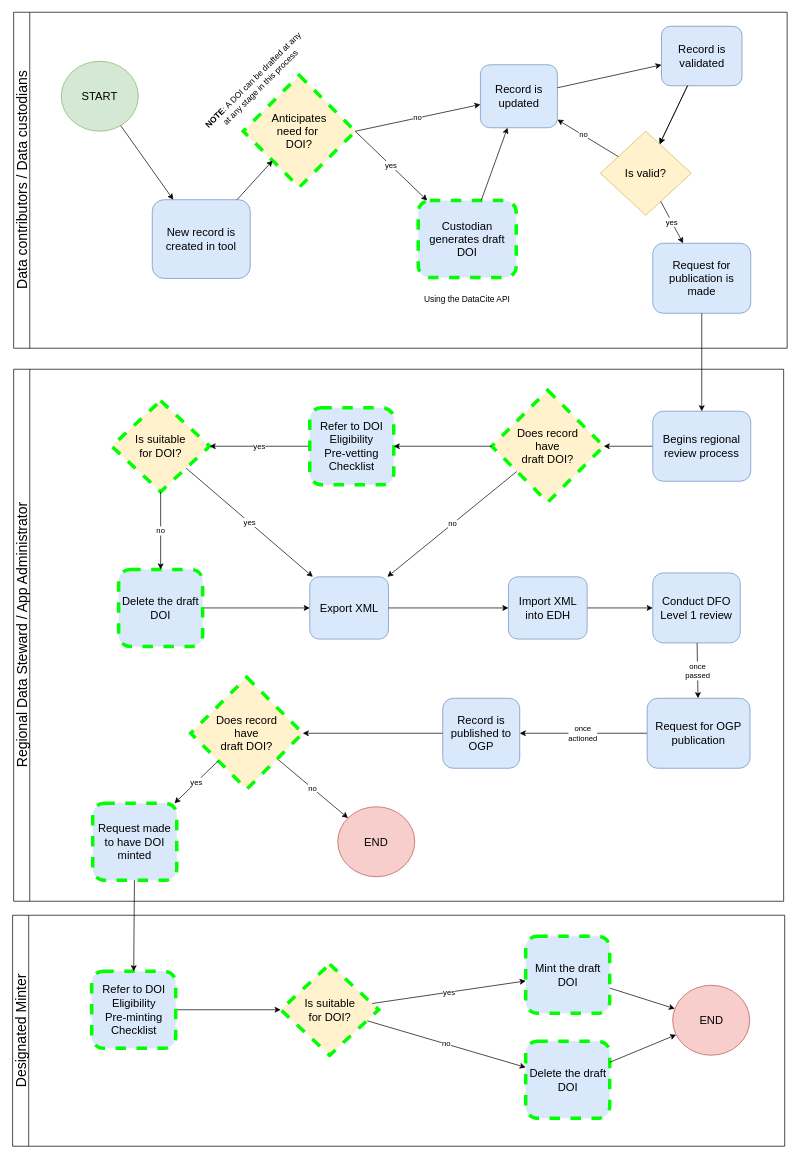
davjfish/diagrams keeps this draw.io diagram as page "Proposed" (3 of 3) of DOIs at DFO.drawio. Above is the earlier version. Source tidied: cells renumbered, new cells numbered last; positions are measured from the earlier drawing's top-left corner, leaving out a move shared by most shapes. Both pictures are drawn from the tidied source at 70%, with x=0, y=0 at pixel (12, 12).
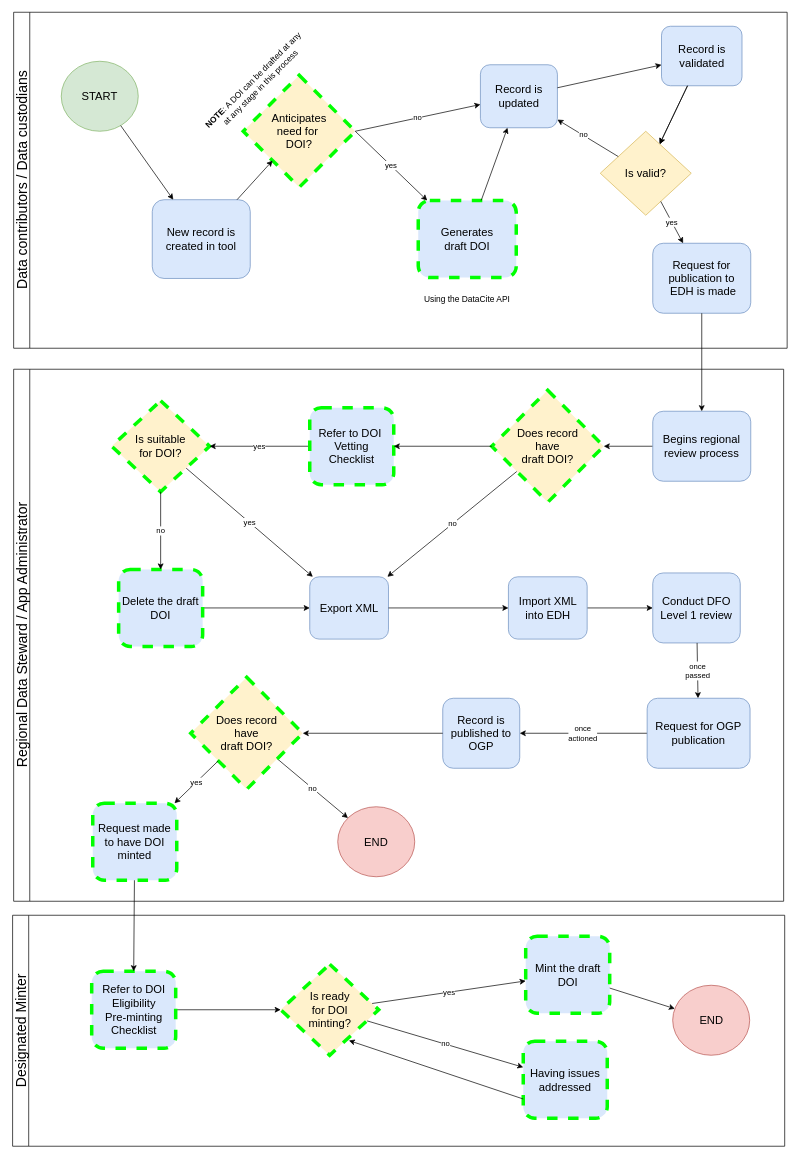
The same diagram, later.

The change refers to these unchanged cells:
```xml
<mxCell id="2" value="&lt;font style=&quot;font-size: 20px;&quot;&gt;Data contributors / D&lt;span style=&quot;border-color: var(--border-color);&quot;&gt;ata custodians&lt;/span&gt;&lt;/font&gt;" style="swimlane;horizontal=0;whiteSpace=wrap;html=1;fontStyle=0;labelBackgroundColor=none;" parent="1" vertex="1">
  <mxGeometry x="2" width="1105" height="480" as="geometry" />
</mxCell>
<mxCell id="23" value="&lt;font style=&quot;font-weight: normal; font-size: 20px;&quot;&gt;Regional Data Steward / App Administrator&lt;/font&gt;" style="swimlane;horizontal=0;whiteSpace=wrap;html=1;" parent="1" vertex="1">
  <mxGeometry x="2" y="510" width="1100" height="760" as="geometry" />
</mxCell>
<mxCell id="52" value="&lt;font style=&quot;font-size: 20px; font-weight: normal;&quot;&gt;Designated Minter&lt;/font&gt;" style="swimlane;horizontal=0;whiteSpace=wrap;html=1;" parent="1" vertex="1">
  <mxGeometry x="0.5" y="1290" width="1103" height="330" as="geometry" />
</mxCell>
<mxCell id="60" value="END" style="ellipse;whiteSpace=wrap;html=1;fontSize=16;fillColor=#f8cecc;strokeColor=#b85450;" parent="52" vertex="1">
  <mxGeometry x="943" y="100" width="110" height="100" as="geometry" />
</mxCell>
```

Diff of the diagram source:
```diff
@@
-    <mxCell id="8" value="Custodian generates draft DOI" style="whiteSpace=wrap;html=1;rounded=1;fontSize=16;fillColor=#dae8fc;strokeColor=#00FF00;dashed=1;strokeWidth=5;" parent="2" vertex="1">
+    <mxCell id="8" value="Generates &lt;br&gt;draft DOI" style="whiteSpace=wrap;html=1;rounded=1;fontSize=16;fillColor=#dae8fc;strokeColor=#00FF00;dashed=1;strokeWidth=5;" parent="2" vertex="1">
       <mxGeometry x="578" y="269" width="140" height="110" as="geometry" />
     </mxCell>
@@
-    <mxCell id="21" value="Request for publication is &lt;br&gt;made" style="whiteSpace=wrap;html=1;rounded=1;fontSize=16;fillColor=#dae8fc;strokeColor=#6c8ebf;" parent="2" vertex="1">
+    <mxCell id="21" value="Request for publication to&lt;br&gt;&amp;nbsp;EDH is made" style="whiteSpace=wrap;html=1;rounded=1;fontSize=16;fillColor=#dae8fc;strokeColor=#6c8ebf;" parent="2" vertex="1">
       <mxGeometry x="913" y="330" width="140" height="100" as="geometry" />
     </mxCell>
@@
-    <mxCell id="46" value="Refer to DOI Eligibility &lt;br&gt;Pre-vetting Checklist" style="whiteSpace=wrap;html=1;rounded=1;fontSize=16;fillColor=#dae8fc;strokeColor=#00FF00;dashed=1;strokeWidth=5;" parent="23" vertex="1">
+    <mxCell id="46" value="Refer to DOI&amp;nbsp;&lt;br&gt;Vetting &lt;br&gt;Checklist" style="whiteSpace=wrap;html=1;rounded=1;fontSize=16;fillColor=#dae8fc;strokeColor=#00FF00;dashed=1;strokeWidth=5;" parent="23" vertex="1">
       <mxGeometry x="423" y="55" width="120" height="110" as="geometry" />
     </mxCell>
@@
-    <mxCell id="55" value="Is suitable &lt;br&gt;for DOI?" style="rhombus;whiteSpace=wrap;html=1;fontSize=16;fillColor=#fff2cc;strokeColor=#00FF00;strokeWidth=5;dashed=1;" parent="52" vertex="1">
+    <mxCell id="55" value="Is ready&lt;br&gt;for DOI &lt;br&gt;minting?" style="rhombus;whiteSpace=wrap;html=1;fontSize=16;fillColor=#fff2cc;strokeColor=#00FF00;strokeWidth=5;dashed=1;" parent="52" vertex="1">
       <mxGeometry x="383" y="70" width="140" height="130" as="geometry" />
     </mxCell>
@@
-    <mxCell id="58" value="Delete the draft DOI" style="whiteSpace=wrap;html=1;rounded=1;fontSize=16;fillColor=#dae8fc;strokeColor=#00FF00;dashed=1;strokeWidth=5;" parent="52" vertex="1">
-      <mxGeometry x="733" y="180" width="120" height="110" as="geometry" />
+    <mxCell id="58" value="Having issues addressed" style="whiteSpace=wrap;html=1;rounded=1;fontSize=16;fillColor=#dae8fc;strokeColor=#00FF00;dashed=1;strokeWidth=5;" parent="52" vertex="1">
+      <mxGeometry x="729.5" y="180" width="120" height="110" as="geometry" />
     </mxCell>
@@
-    <mxCell id="62" style="rounded=0;jettySize=auto;html=1;" parent="52" edge="1" source="58" target="60">
+    <mxCell id="62" style="rounded=0;jettySize=auto;html=1;entryX=0.696;entryY=0.838;entryDx=0;entryDy=0;entryPerimeter=0;exitX=0;exitY=0.75;exitDx=0;exitDy=0;" parent="52" edge="1" source="58" target="55">
       <mxGeometry relative="1" as="geometry" />
     </mxCell>
```
